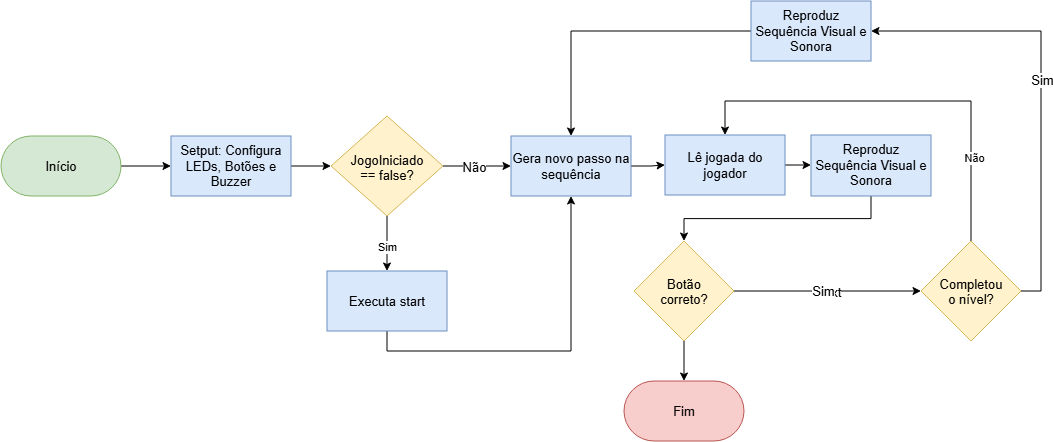
Before: projetos/PRJ_3_1_Fluxograma.png, a diagram exported from draw.io (Caduleal/ManualDidaticoComputacao). Source tidied: cells renumbered, new cells last; positions are measured from the earlier drawing's top-left corner, leaving out a move shared by most shapes. Source of this version:
```xml
<mxGraphModel>
  <root>
    <mxCell id="0" />
    <mxCell id="1" parent="0" />
    <mxCell id="2" style="edgeStyle=orthogonalEdgeStyle;rounded=0;jettySize=auto;html=1;exitX=1;exitY=0.5;exitDx=0;exitDy=0;entryX=0;entryY=0.5;entryDx=0;entryDy=0;" parent="1" edge="1" source="3" target="12">
      <mxGeometry relative="1" as="geometry" />
    </mxCell>
    <mxCell id="3" value="Setput: Configura LEDs, Botões e Buzzer" style="rounded=0;whiteSpace=wrap;html=1;fontSize=13;fillColor=#dae8fc;strokeColor=#6c8ebf;" parent="1" vertex="1">
      <mxGeometry x="170" y="135" width="120" height="60" as="geometry" />
    </mxCell>
    <mxCell id="4" style="edgeStyle=orthogonalEdgeStyle;rounded=0;jettySize=auto;html=1;entryX=0;entryY=0.5;entryDx=0;entryDy=0;fontSize=13;" parent="1" edge="1" source="5" target="3">
      <mxGeometry relative="1" as="geometry" />
    </mxCell>
    <mxCell id="5" value="Início" style="rounded=1;whiteSpace=wrap;html=1;arcSize=50;fontSize=13;fillColor=#d5e8d4;strokeColor=#82b366;" parent="1" vertex="1">
      <mxGeometry y="135" width="120" height="60" as="geometry" />
    </mxCell>
    <mxCell id="6" style="edgeStyle=orthogonalEdgeStyle;rounded=0;jettySize=auto;html=1;exitX=0.5;exitY=1;exitDx=0;exitDy=0;entryX=0.5;entryY=1;entryDx=0;entryDy=0;fontSize=13;" parent="1" edge="1" source="7" target="14">
      <mxGeometry relative="1" as="geometry" />
    </mxCell>
    <mxCell id="7" value="Executa start" style="rounded=0;whiteSpace=wrap;html=1;fontSize=13;fillColor=#dae8fc;strokeColor=#6c8ebf;" parent="1" vertex="1">
      <mxGeometry x="326" y="270" width="120" height="60" as="geometry" />
    </mxCell>
    <mxCell id="8" style="edgeStyle=orthogonalEdgeStyle;rounded=0;jettySize=auto;html=1;entryX=0;entryY=0.5;entryDx=0;entryDy=0;fontSize=13;" parent="1" edge="1" source="12" target="14">
      <mxGeometry relative="1" as="geometry" />
    </mxCell>
    <mxCell id="9" value="Não" style="edgeLabel;html=1;align=center;verticalAlign=middle;fontSize=13;" parent="8" vertex="1">
      <mxGeometry x="-0.1" relative="1" as="geometry" />
    </mxCell>
    <mxCell id="10" style="edgeStyle=orthogonalEdgeStyle;rounded=0;jettySize=auto;html=1;exitX=0.5;exitY=1;exitDx=0;exitDy=0;entryX=0.5;entryY=0;entryDx=0;entryDy=0;" parent="1" edge="1" source="12" target="7">
      <mxGeometry relative="1" as="geometry" />
    </mxCell>
    <mxCell id="11" value="Sim" style="edgeLabel;html=1;align=center;verticalAlign=middle;" parent="10" vertex="1">
      <mxGeometry x="0.11" y="-1" relative="1" as="geometry" />
    </mxCell>
    <mxCell id="12" value="JogoIniciado == false?" style="rhombus;whiteSpace=wrap;html=1;shapeInside=1;fontSize=13;fillColor=#fff2cc;strokeColor=#d6b656;" parent="1" vertex="1">
      <mxGeometry x="330" y="115" width="112" height="100" as="geometry" />
    </mxCell>
    <mxCell id="13" style="edgeStyle=orthogonalEdgeStyle;rounded=0;jettySize=auto;html=1;exitX=1;exitY=0.5;exitDx=0;exitDy=0;" parent="1" edge="1" source="14" target="18">
      <mxGeometry relative="1" as="geometry" />
    </mxCell>
    <mxCell id="14" value="Gera novo passo na sequência" style="rounded=0;whiteSpace=wrap;html=1;fontSize=13;fillColor=#dae8fc;strokeColor=#6c8ebf;" parent="1" vertex="1">
      <mxGeometry x="510" y="135" width="120" height="60" as="geometry" />
    </mxCell>
    <mxCell id="15" style="edgeStyle=orthogonalEdgeStyle;rounded=0;jettySize=auto;html=1;exitX=0.5;exitY=1;exitDx=0;exitDy=0;entryX=0.5;entryY=0;entryDx=0;entryDy=0;" parent="1" edge="1" source="16" target="23">
      <mxGeometry relative="1" as="geometry" />
    </mxCell>
    <mxCell id="16" value="Reproduz Sequência Visual e Sonora" style="rounded=0;whiteSpace=wrap;html=1;fontSize=13;fillColor=#dae8fc;strokeColor=#6c8ebf;" parent="1" vertex="1">
      <mxGeometry x="810" y="134" width="120" height="61" as="geometry" />
    </mxCell>
    <mxCell id="17" style="edgeStyle=orthogonalEdgeStyle;rounded=0;jettySize=auto;html=1;exitX=1;exitY=0.5;exitDx=0;exitDy=0;entryX=0;entryY=0.5;entryDx=0;entryDy=0;" parent="1" edge="1" source="18" target="16">
      <mxGeometry relative="1" as="geometry" />
    </mxCell>
    <mxCell id="18" value="Lê jogada do jogador" style="rounded=0;whiteSpace=wrap;html=1;fontSize=13;fillColor=#dae8fc;strokeColor=#6c8ebf;" parent="1" vertex="1">
      <mxGeometry x="664" y="134" width="120" height="60" as="geometry" />
    </mxCell>
    <mxCell id="19" style="edgeStyle=orthogonalEdgeStyle;rounded=0;jettySize=auto;html=1;fontSize=13;" parent="1" edge="1" source="23" target="28">
      <mxGeometry relative="1" as="geometry" />
    </mxCell>
    <mxCell id="20" value="Text" style="edgeLabel;html=1;align=center;verticalAlign=middle;fontSize=13;" parent="19" vertex="1">
      <mxGeometry x="0.05" y="-1" relative="1" as="geometry">
        <mxPoint x="-4" y="-1" as="offset" />
      </mxGeometry>
    </mxCell>
    <mxCell id="21" value="Sim" style="edgeLabel;html=1;align=center;verticalAlign=middle;fontSize=13;" parent="19" vertex="1">
      <mxGeometry x="-0.06" y="1" relative="1" as="geometry" />
    </mxCell>
    <mxCell id="22" style="edgeStyle=orthogonalEdgeStyle;rounded=0;jettySize=auto;html=1;exitX=0.5;exitY=1;exitDx=0;exitDy=0;fontSize=13;" parent="1" edge="1" source="23" target="29">
      <mxGeometry relative="1" as="geometry" />
    </mxCell>
    <mxCell id="23" value="Botão correto?" style="rhombus;whiteSpace=wrap;html=1;shapeInside=1;fontSize=13;fillColor=#fff2cc;strokeColor=#d6b656;" parent="1" vertex="1">
      <mxGeometry x="633" y="240" width="100" height="100" as="geometry" />
    </mxCell>
    <mxCell id="24" style="edgeStyle=orthogonalEdgeStyle;rounded=0;jettySize=auto;html=1;exitX=1;exitY=0.5;exitDx=0;exitDy=0;fontSize=13;entryX=1;entryY=0.5;entryDx=0;entryDy=0;" parent="1" edge="1" source="28" target="31">
      <mxGeometry relative="1" as="geometry" />
    </mxCell>
    <mxCell id="25" value="Sim" style="edgeLabel;html=1;align=center;verticalAlign=middle;fontSize=13;" parent="24" vertex="1">
      <mxGeometry x="0.03" relative="1" as="geometry" />
    </mxCell>
    <mxCell id="26" style="edgeStyle=orthogonalEdgeStyle;rounded=0;jettySize=auto;html=1;exitX=0.5;exitY=0;exitDx=0;exitDy=0;entryX=0.5;entryY=0;entryDx=0;entryDy=0;" parent="1" edge="1" source="28" target="18">
      <mxGeometry relative="1" as="geometry">
        <Array as="points">
          <mxPoint x="970" y="100" />
          <mxPoint x="724" y="100" />
        </Array>
      </mxGeometry>
    </mxCell>
    <mxCell id="27" value="Não" style="edgeLabel;html=1;align=center;verticalAlign=middle;" parent="26" vertex="1">
      <mxGeometry x="-0.6" y="-2" relative="1" as="geometry" />
    </mxCell>
    <mxCell id="28" value="Completou o nível?" style="rhombus;whiteSpace=wrap;html=1;shapeInside=1;fontSize=13;fillColor=#fff2cc;strokeColor=#d6b656;" parent="1" vertex="1">
      <mxGeometry x="920" y="240" width="100" height="100" as="geometry" />
    </mxCell>
    <mxCell id="29" value="Fim" style="rounded=1;whiteSpace=wrap;html=1;arcSize=50;fontSize=13;fillColor=#f8cecc;strokeColor=#b85450;" parent="1" vertex="1">
      <mxGeometry x="623" y="380" width="120" height="60" as="geometry" />
    </mxCell>
    <mxCell id="30" style="edgeStyle=orthogonalEdgeStyle;rounded=0;jettySize=auto;html=1;fontSize=13;" parent="1" edge="1" source="31" target="14">
      <mxGeometry relative="1" as="geometry" />
    </mxCell>
    <mxCell id="31" value="Reproduz Sequência Visual e Sonora" style="rounded=0;whiteSpace=wrap;html=1;fontSize=13;fillColor=#dae8fc;strokeColor=#6c8ebf;" parent="1" vertex="1">
      <mxGeometry x="750" width="120" height="60" as="geometry" />
    </mxCell>
  </root>
</mxGraphModel>
```
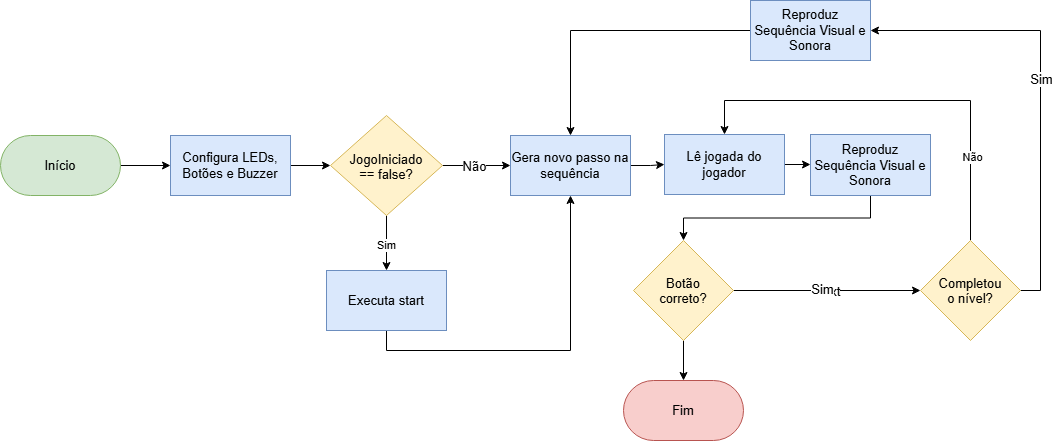
The same diagram one commit later.

Diff of the diagram source:
```diff
@@ -5,7 +5,7 @@
     <mxCell id="2" style="edgeStyle=orthogonalEdgeStyle;rounded=0;jettySize=auto;html=1;exitX=1;exitY=0.5;exitDx=0;exitDy=0;entryX=0;entryY=0.5;entryDx=0;entryDy=0;" parent="1" edge="1" source="3" target="12">
       <mxGeometry relative="1" as="geometry" />
     </mxCell>
-    <mxCell id="3" value="Setput: Configura LEDs, Botões e Buzzer" style="rounded=0;whiteSpace=wrap;html=1;fontSize=13;fillColor=#dae8fc;strokeColor=#6c8ebf;" parent="1" vertex="1">
+    <mxCell id="3" value="Configura LEDs, Botões e Buzzer" style="rounded=0;whiteSpace=wrap;html=1;fontSize=13;fillColor=#dae8fc;strokeColor=#6c8ebf;" parent="1" vertex="1">
       <mxGeometry x="170" y="135" width="120" height="60" as="geometry" />
     </mxCell>
     <mxCell id="4" style="edgeStyle=orthogonalEdgeStyle;rounded=0;jettySize=auto;html=1;entryX=0;entryY=0.5;entryDx=0;entryDy=0;fontSize=13;" parent="1" edge="1" source="5" target="3">
```
